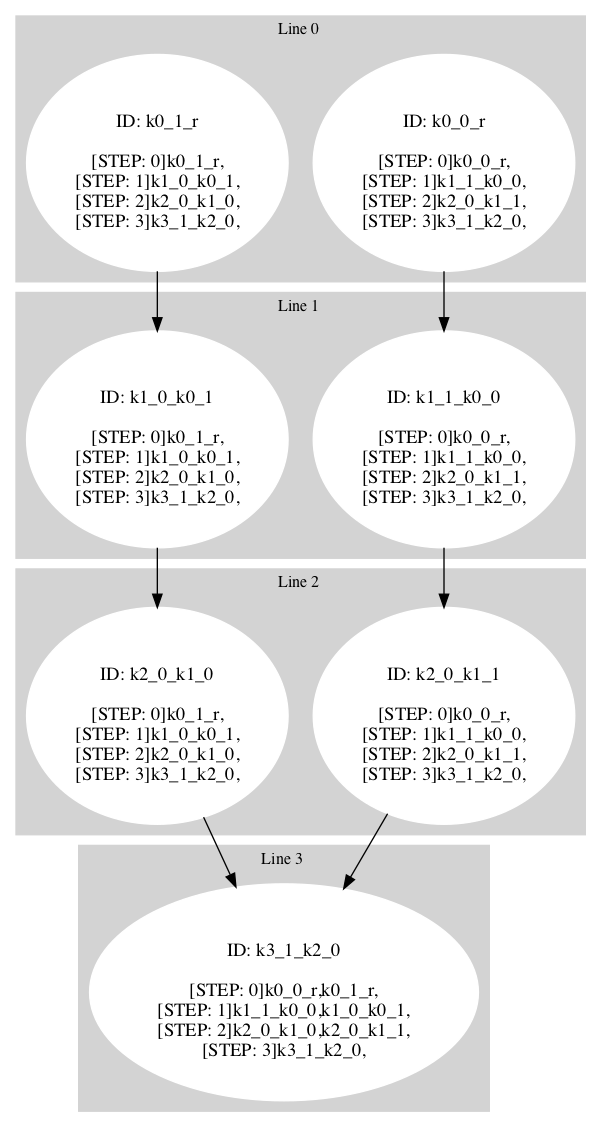
Before: test_visual/gpath_y0.png, a diagram exported from Graphviz (ricardombiot/3sat_machine_original_rs). Its source is kept beside it as test_visual/gpath_y0.dot. Source of this version:
```dot
digraph G {
     compound=true
subgraph cluster_line_0 {
 style=filled;
 color=lightgrey;
     node [style=filled,color=white];
k0_0_r [label=<<BR /> ID: k0_0_r <BR /> <BR />
[STEP: 0]k0_0_r,<BR />
[STEP: 1]k1_1_k0_0,<BR />
[STEP: 2]k2_0_k1_1,<BR />
[STEP: 3]k3_1_k2_0,<BR />
>]k0_1_r [label=<<BR /> ID: k0_1_r <BR /> <BR />
[STEP: 0]k0_1_r,<BR />
[STEP: 1]k1_0_k0_1,<BR />
[STEP: 2]k2_0_k1_0,<BR />
[STEP: 3]k3_1_k2_0,<BR />
>]
     fontsize="12"
     label = "Line 0 "
 }
subgraph cluster_line_1 {
 style=filled;
 color=lightgrey;
     node [style=filled,color=white];
k1_0_k0_1 [label=<<BR /> ID: k1_0_k0_1 <BR /> <BR />
[STEP: 0]k0_1_r,<BR />
[STEP: 1]k1_0_k0_1,<BR />
[STEP: 2]k2_0_k1_0,<BR />
[STEP: 3]k3_1_k2_0,<BR />
>]k1_1_k0_0 [label=<<BR /> ID: k1_1_k0_0 <BR /> <BR />
[STEP: 0]k0_0_r,<BR />
[STEP: 1]k1_1_k0_0,<BR />
[STEP: 2]k2_0_k1_1,<BR />
[STEP: 3]k3_1_k2_0,<BR />
>]
     fontsize="12"
     label = "Line 1 "
 }
subgraph cluster_line_2 {
 style=filled;
 color=lightgrey;
     node [style=filled,color=white];
k2_0_k1_1 [label=<<BR /> ID: k2_0_k1_1 <BR /> <BR />
[STEP: 0]k0_0_r,<BR />
[STEP: 1]k1_1_k0_0,<BR />
[STEP: 2]k2_0_k1_1,<BR />
[STEP: 3]k3_1_k2_0,<BR />
>]k2_0_k1_0 [label=<<BR /> ID: k2_0_k1_0 <BR /> <BR />
[STEP: 0]k0_1_r,<BR />
[STEP: 1]k1_0_k0_1,<BR />
[STEP: 2]k2_0_k1_0,<BR />
[STEP: 3]k3_1_k2_0,<BR />
>]
     fontsize="12"
     label = "Line 2 "
 }
subgraph cluster_line_3 {
 style=filled;
 color=lightgrey;
     node [style=filled,color=white];
k3_1_k2_0 [label=<<BR /> ID: k3_1_k2_0 <BR /> <BR />
[STEP: 0]k0_0_r,k0_1_r,<BR />
[STEP: 1]k1_1_k0_0,k1_0_k0_1,<BR />
[STEP: 2]k2_0_k1_0,k2_0_k1_1,<BR />
[STEP: 3]k3_1_k2_0,<BR />
>]
     fontsize="12"
     label = "Line 3 "
 }
k0_0_r -> k1_1_k0_0
k0_1_r -> k1_0_k0_1
k1_0_k0_1 -> k2_0_k1_0
k1_1_k0_0 -> k2_0_k1_1
k2_0_k1_1 -> k3_1_k2_0
k2_0_k1_0 -> k3_1_k2_0
}
```
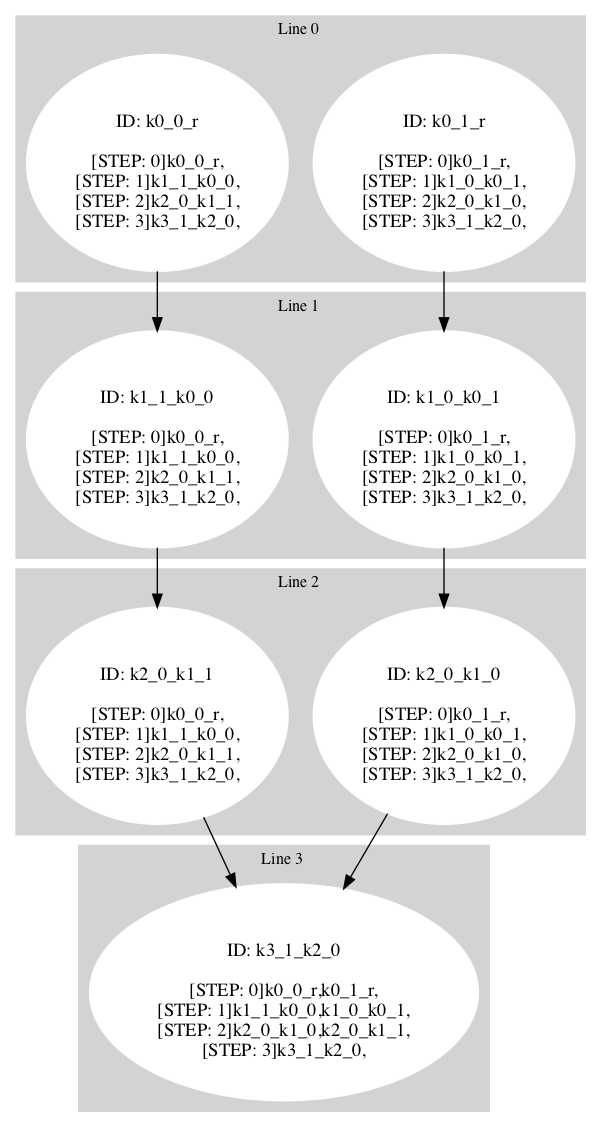
Later version of the same file.

Change to the diagram source:
```diff
@@ -4,15 +4,15 @@
  style=filled;
  color=lightgrey;
      node [style=filled,color=white];
-k0_0_r [label=<<BR /> ID: k0_0_r <BR /> <BR />
+k0_1_r [label=<<BR /> ID: k0_1_r <BR /> <BR />
+[STEP: 0]k0_1_r,<BR />
+[STEP: 1]k1_0_k0_1,<BR />
+[STEP: 2]k2_0_k1_0,<BR />
+[STEP: 3]k3_1_k2_0,<BR />
+>]k0_0_r [label=<<BR /> ID: k0_0_r <BR /> <BR />
 [STEP: 0]k0_0_r,<BR />
 [STEP: 1]k1_1_k0_0,<BR />
 [STEP: 2]k2_0_k1_1,<BR />
-[STEP: 3]k3_1_k2_0,<BR />
->]k0_1_r [label=<<BR /> ID: k0_1_r <BR /> <BR />
-[STEP: 0]k0_1_r,<BR />
-[STEP: 1]k1_0_k0_1,<BR />
-[STEP: 2]k2_0_k1_0,<BR />
 [STEP: 3]k3_1_k2_0,<BR />
 >]
      fontsize="12"
@@ -22,15 +22,15 @@
  style=filled;
  color=lightgrey;
      node [style=filled,color=white];
-k1_0_k0_1 [label=<<BR /> ID: k1_0_k0_1 <BR /> <BR />
+k1_1_k0_0 [label=<<BR /> ID: k1_1_k0_0 <BR /> <BR />
+[STEP: 0]k0_0_r,<BR />
+[STEP: 1]k1_1_k0_0,<BR />
+[STEP: 2]k2_0_k1_1,<BR />
+[STEP: 3]k3_1_k2_0,<BR />
+>]k1_0_k0_1 [label=<<BR /> ID: k1_0_k0_1 <BR /> <BR />
 [STEP: 0]k0_1_r,<BR />
 [STEP: 1]k1_0_k0_1,<BR />
 [STEP: 2]k2_0_k1_0,<BR />
-[STEP: 3]k3_1_k2_0,<BR />
->]k1_1_k0_0 [label=<<BR /> ID: k1_1_k0_0 <BR /> <BR />
-[STEP: 0]k0_0_r,<BR />
-[STEP: 1]k1_1_k0_0,<BR />
-[STEP: 2]k2_0_k1_1,<BR />
 [STEP: 3]k3_1_k2_0,<BR />
 >]
      fontsize="12"
@@ -67,10 +67,10 @@
      fontsize="12"
      label = "Line 3 "
  }
+k0_1_r -> k1_0_k0_1
 k0_0_r -> k1_1_k0_0
-k0_1_r -> k1_0_k0_1
+k1_1_k0_0 -> k2_0_k1_1
 k1_0_k0_1 -> k2_0_k1_0
-k1_1_k0_0 -> k2_0_k1_1
 k2_0_k1_1 -> k3_1_k2_0
 k2_0_k1_0 -> k3_1_k2_0
 }
```
